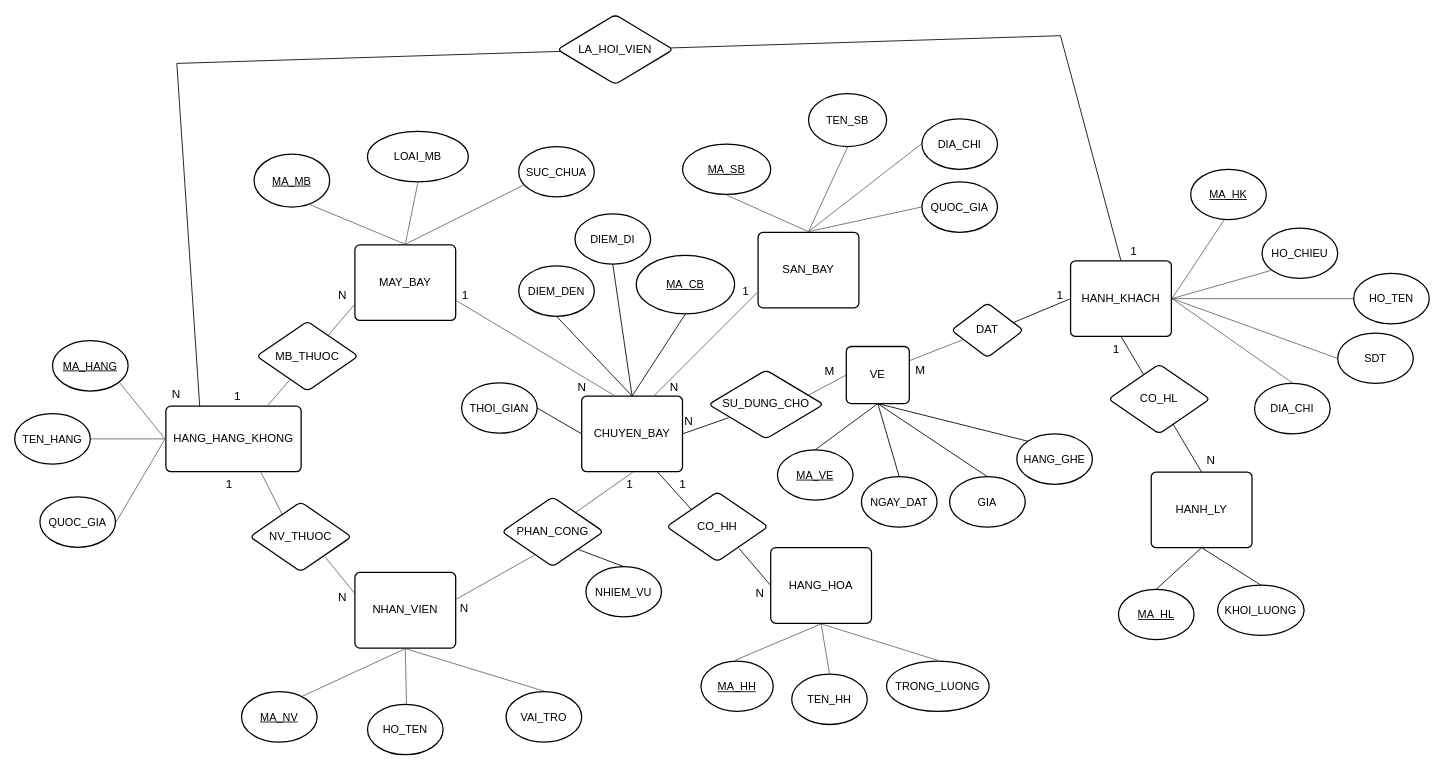
The draw.io diagram Biểu đồ không có tiêu đề.drawio in minhduong05/blackjack-main, before the edit. Source tidied: cells renumbered, new cells numbered last; positions are measured from the earlier drawing's top-left corner, leaving out a move shared by most shapes. Both pictures are drawn from the tidied source at 84%, with x=0, y=0 at pixel (14, 14).
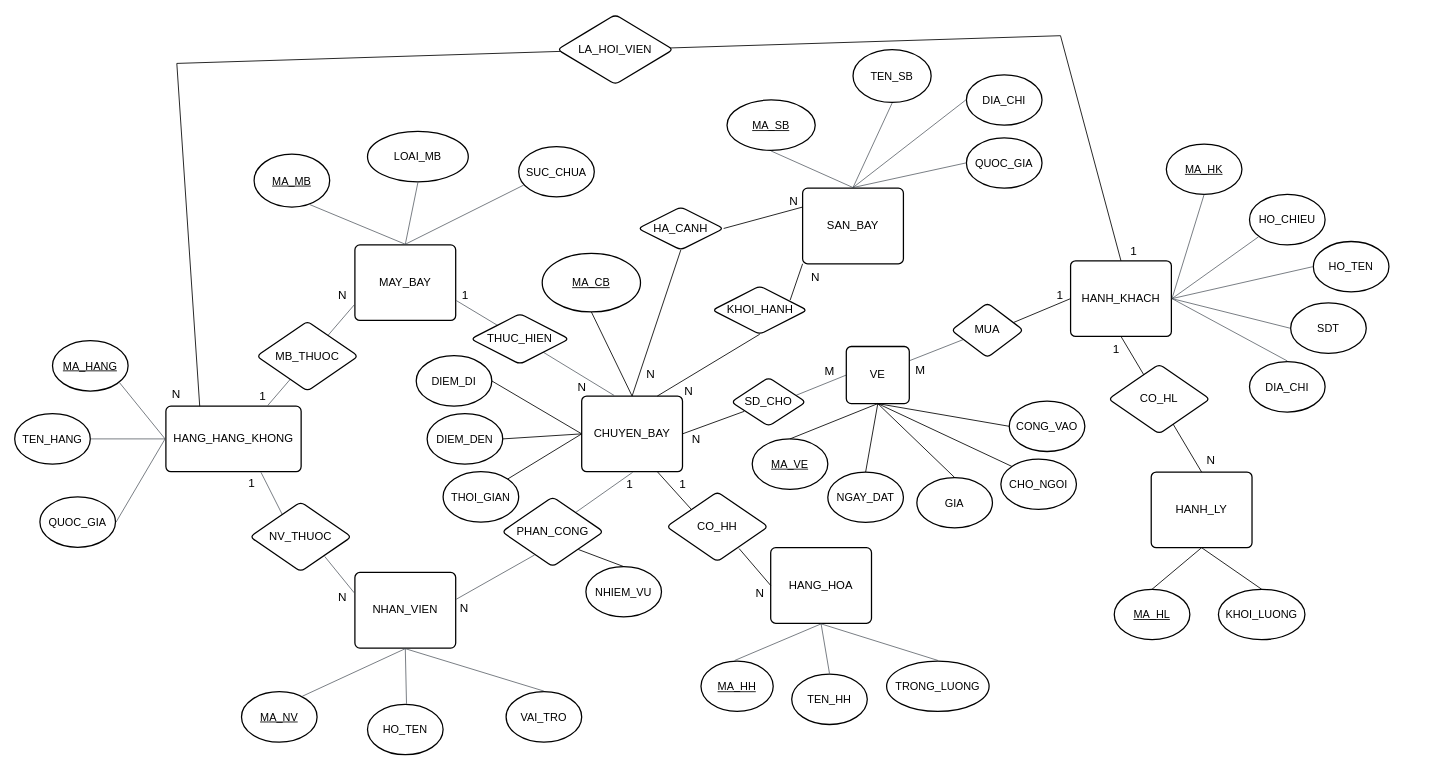
The same page after the edit.

Commit message:
Cập nhật Biểu đồ không có tiêu đề.drawio

The change refers to these unchanged cells:
```xml
<mxCell id="4" value="MAY_BAY" style="html=1;overflow=block;blockSpacing=1;whiteSpace=wrap;fontSize=13.5;align=center;spacing=3.8;strokeOpacity=100;rounded=1;absoluteArcSize=1;arcSize=12;strokeWidth=1.5;lucidId=CtvWr4GmiG.C;" parent="1" vertex="1">
  <mxGeometry x="405" y="274" width="120" height="90" as="geometry" />
</mxCell>
<mxCell id="5" value="CHUYEN_BAY" style="html=1;overflow=block;blockSpacing=1;whiteSpace=wrap;fontSize=13.5;align=center;spacing=3.8;strokeOpacity=100;rounded=1;absoluteArcSize=1;arcSize=12;strokeWidth=1.5;lucidId=DtvW1URH.PFn;" parent="1" vertex="1">
  <mxGeometry x="675" y="454" width="120" height="90" as="geometry" />
</mxCell>
<mxCell id="6" value="HANH_KHACH" style="html=1;overflow=block;blockSpacing=1;whiteSpace=wrap;fontSize=13.5;align=center;spacing=3.8;strokeOpacity=100;rounded=1;absoluteArcSize=1;arcSize=12;strokeWidth=1.5;lucidId=DtvWl9U9GV3O;" parent="1" vertex="1">
  <mxGeometry x="1257" y="293" width="120" height="90" as="geometry" />
</mxCell>
<mxCell id="80" value="VE" style="html=1;overflow=block;blockSpacing=1;whiteSpace=wrap;fontSize=13.5;align=center;spacing=3.8;strokeOpacity=100;rounded=1;absoluteArcSize=1;arcSize=12;strokeWidth=1.5;lucidId=kwvW2yrk8fg5;" parent="1" vertex="1">
  <mxGeometry x="990" y="395" width="75" height="68" as="geometry" />
</mxCell>
```

Change to the diagram source:
```diff
@@
     <mxCell id="3" value="SAN_BAY" style="html=1;overflow=block;blockSpacing=1;whiteSpace=wrap;fontSize=13.5;align=center;spacing=3.8;strokeOpacity=100;rounded=1;absoluteArcSize=1;arcSize=12;strokeWidth=1.5;lucidId=CtvWD63XoL.8;" parent="1" vertex="1">
-      <mxGeometry x="885" y="259" width="120" height="90" as="geometry" />
+      <mxGeometry x="938" y="206.5" width="120" height="90" as="geometry" />
     </mxCell>
@@
-    <mxCell id="10" style="html=1;jettySize=18;whiteSpace=wrap;fontSize=13;strokeColor=#3a414a;strokeOpacity=100;strokeWidth=0.8;rounded=0;startArrow=none;endArrow=none;exitX=1.006;exitY=0.737;exitPerimeter=0;entryX=0.322;entryY=-0.008;entryPerimeter=0;lucidId=aQvWGNY1u0Xe;" parent="1" edge="1" source="4" target="5">
+    <mxCell id="10" style="html=1;jettySize=18;whiteSpace=wrap;fontSize=13;strokeColor=#3a414a;strokeOpacity=100;strokeWidth=0.8;rounded=0;startArrow=none;endArrow=none;exitX=0.735;exitY=0.761;exitPerimeter=0;entryX=0.322;entryY=-0.008;entryPerimeter=0;lucidId=aQvWGNY1u0Xe;exitDx=0;exitDy=0;" parent="1" edge="1" source="128" target="5">
       <mxGeometry relative="1" as="geometry" />
     </mxCell>
-    <mxCell id="11" style="html=1;jettySize=18;whiteSpace=wrap;fontSize=13;strokeColor=#3a414a;strokeOpacity=100;strokeWidth=0.8;rounded=0;startArrow=none;endArrow=none;exitX=0.72;exitY=-0.008;exitPerimeter=0;entryX=-0.006;entryY=0.794;entryPerimeter=0;lucidId=fQvW_IShGsky;" parent="1" edge="1" source="5" target="3">
-      <mxGeometry relative="1" as="geometry" />
-    </mxCell>
@@
     <mxCell id="23" value="TEN_SB" style="html=1;overflow=block;blockSpacing=1;whiteSpace=wrap;ellipse;fontSize=13;spacing=3.8;strokeOpacity=100;fillOpacity=100;rounded=1;absoluteArcSize=1;arcSize=12;fillColor=#ffffff;strokeWidth=1.5;lucidId=77vW8_s-u0ru;" parent="1" vertex="1">
-      <mxGeometry x="945" y="94" width="93" height="63" as="geometry" />
+      <mxGeometry x="998" y="41.5" width="93" height="63" as="geometry" />
     </mxCell>
     <mxCell id="24" value="MA_SB" style="html=1;overflow=block;blockSpacing=1;whiteSpace=wrap;ellipse;fontSize=13;fontStyle=4;spacing=3.8;strokeOpacity=100;fillOpacity=100;rounded=1;absoluteArcSize=1;arcSize=12;fillColor=#ffffff;strokeWidth=1.5;lucidId=87vWg5euTTck;" parent="1" vertex="1">
-      <mxGeometry x="795" y="154" width="105" height="60" as="geometry" />
+      <mxGeometry x="848" y="101.5" width="105" height="60" as="geometry" />
     </mxCell>
     <mxCell id="25" value="DIA_CHI" style="html=1;overflow=block;blockSpacing=1;whiteSpace=wrap;ellipse;fontSize=13;spacing=3.8;strokeOpacity=100;fillOpacity=100;rounded=1;absoluteArcSize=1;arcSize=12;fillColor=#ffffff;strokeWidth=1.5;lucidId=87vW7Ln3sR5P;" parent="1" vertex="1">
-      <mxGeometry x="1080" y="124" width="90" height="60" as="geometry" />
+      <mxGeometry x="1133" y="71.5" width="90" height="60" as="geometry" />
     </mxCell>
     <mxCell id="26" value="QUOC_GIA" style="html=1;overflow=block;blockSpacing=1;whiteSpace=wrap;ellipse;fontSize=13;spacing=3.8;strokeOpacity=100;fillOpacity=100;rounded=1;absoluteArcSize=1;arcSize=12;fillColor=#ffffff;strokeWidth=1.5;lucidId=W8vWL2ADNRBi;" parent="1" vertex="1">
-      <mxGeometry x="1080" y="199" width="90" height="60" as="geometry" />
+      <mxGeometry x="1133" y="146.5" width="90" height="60" as="geometry" />
     </mxCell>
@@
     <mxCell id="38" value="HO_CHIEU" style="html=1;overflow=block;blockSpacing=1;whiteSpace=wrap;ellipse;fontSize=13;spacing=3.8;strokeOpacity=100;fillOpacity=100;rounded=1;absoluteArcSize=1;arcSize=12;fillColor=#ffffff;strokeWidth=1.5;lucidId=m~vWSh5St8wy;" parent="1" vertex="1">
-      <mxGeometry x="1485" y="254" width="90" height="60" as="geometry" />
+      <mxGeometry x="1470" y="214" width="90" height="60" as="geometry" />
     </mxCell>
@@
     <mxCell id="42" value="MA_HK" style="html=1;overflow=block;blockSpacing=1;whiteSpace=wrap;ellipse;fontSize=13;fontStyle=4;spacing=3.8;strokeOpacity=100;fillOpacity=100;rounded=1;absoluteArcSize=1;arcSize=12;fillColor=#ffffff;strokeWidth=1.5;lucidId=IawWd21qAjz9;" parent="1" vertex="1">
-      <mxGeometry x="1400" y="184" width="90" height="60" as="geometry" />
+      <mxGeometry x="1371" y="154" width="90" height="60" as="geometry" />
     </mxCell>
     <mxCell id="43" value="HO_TEN" style="html=1;overflow=block;blockSpacing=1;whiteSpace=wrap;ellipse;fontSize=13;spacing=3.8;strokeOpacity=100;fillOpacity=100;rounded=1;absoluteArcSize=1;arcSize=12;fillColor=#ffffff;strokeWidth=1.5;lucidId=IawW-lQsyz4L;" parent="1" vertex="1">
-      <mxGeometry x="1594" y="308" width="90" height="60" as="geometry" />
+      <mxGeometry x="1546" y="270" width="90" height="60" as="geometry" />
     </mxCell>
     <mxCell id="44" value="SDT" style="html=1;overflow=block;blockSpacing=1;whiteSpace=wrap;ellipse;fontSize=13;spacing=3.8;strokeOpacity=100;fillOpacity=100;rounded=1;absoluteArcSize=1;arcSize=12;fillColor=#ffffff;strokeWidth=1.5;lucidId=JawWLR50iTmW;" parent="1" vertex="1">
-      <mxGeometry x="1575" y="379" width="90" height="60" as="geometry" />
+      <mxGeometry x="1519" y="343.2" width="90" height="60" as="geometry" />
     </mxCell>
     <mxCell id="45" value="DIA_CHI" style="html=1;overflow=block;blockSpacing=1;whiteSpace=wrap;ellipse;fontSize=13;spacing=3.8;strokeOpacity=100;fillOpacity=100;rounded=1;absoluteArcSize=1;arcSize=12;fillColor=#ffffff;strokeWidth=1.5;lucidId=~awW4G8h5szt;" parent="1" vertex="1">
-      <mxGeometry x="1476" y="439" width="90" height="60" as="geometry" />
+      <mxGeometry x="1470" y="413" width="90" height="60" as="geometry" />
     </mxCell>
-    <mxCell id="46" style="html=1;jettySize=18;whiteSpace=wrap;fontSize=13;strokeColor=#3a414a;strokeOpacity=100;strokeWidth=0.8;rounded=0;startArrow=none;endArrow=none;exitX=0.5;exitY=1.013;exitPerimeter=0;entryX=1.006;entryY=0.5;entryPerimeter=0;lucidId=ibwWEkK-_1NE;" parent="1" edge="1" target="6">
-      <mxGeometry relative="1" as="geometry">
-        <mxPoint x="1440" y="244" as="sourcePoint" />
-      </mxGeometry>
+    <mxCell id="46" style="html=1;jettySize=18;whiteSpace=wrap;fontSize=13;strokeColor=#3a414a;strokeOpacity=100;strokeWidth=0.8;rounded=0;startArrow=none;endArrow=none;exitX=0.5;exitY=1;entryX=1.006;entryY=0.5;entryPerimeter=0;lucidId=ibwWEkK-_1NE;exitDx=0;exitDy=0;" parent="1" edge="1" source="42" target="6">
+      <mxGeometry relative="1" as="geometry" />
     </mxCell>
@@
     <mxCell id="60" value="&lt;font style=&quot;font-size: 14px;&quot;&gt;1&lt;/font&gt;" style="text;html=1;align=center;verticalAlign=middle;strokeColor=none;fillColor=none;" parent="1" vertex="1">
-      <mxGeometry x="250" y="439" width="30" height="30" as="geometry" />
+      <mxGeometry x="280" y="439" width="30" height="30" as="geometry" />
     </mxCell>
@@
-    <mxCell id="64" value="&lt;font style=&quot;font-size: 14px;&quot;&gt;1&lt;/font&gt;" style="text;html=1;align=center;verticalAlign=middle;strokeColor=none;fillColor=none;" parent="1" vertex="1">
-      <mxGeometry x="855" y="314" width="30" height="30" as="geometry" />
-    </mxCell>
     <mxCell id="65" value="&lt;span style=&quot;font-size: 14px;&quot;&gt;N&lt;/span&gt;" style="text;html=1;align=center;verticalAlign=middle;strokeColor=none;fillColor=none;" parent="1" vertex="1">
-      <mxGeometry x="770" y="429" width="30" height="30" as="geometry" />
+      <mxGeometry x="742" y="413" width="30" height="30" as="geometry" />
     </mxCell>
@@
     <mxCell id="69" value="&lt;span style=&quot;font-size: 14px;&quot;&gt;N&lt;/span&gt;" style="text;html=1;align=center;verticalAlign=middle;strokeColor=none;fillColor=none;" parent="1" vertex="1">
-      <mxGeometry x="787" y="469" width="30" height="30" as="geometry" />
+      <mxGeometry x="796" y="490" width="30" height="30" as="geometry" />
     </mxCell>
@@
     <mxCell id="74" value="&lt;font style=&quot;font-size: 14px;&quot;&gt;1&lt;/font&gt;" style="text;html=1;align=center;verticalAlign=middle;strokeColor=none;fillColor=none;" parent="1" vertex="1">
-      <mxGeometry x="240" y="544" width="30" height="30" as="geometry" />
+      <mxGeometry x="267" y="543" width="30" height="30" as="geometry" />
     </mxCell>
@@
     <mxCell id="77" value="&lt;u&gt;MA_VE&lt;/u&gt;" style="html=1;overflow=block;blockSpacing=1;whiteSpace=wrap;ellipse;fontSize=13;spacing=3.8;strokeOpacity=100;fillOpacity=100;rounded=1;absoluteArcSize=1;arcSize=12;fillColor=#ffffff;strokeWidth=1.5;lucidId=d~vW06l7anRX;" parent="1" vertex="1">
-      <mxGeometry x="908" y="518" width="90" height="60" as="geometry" />
+      <mxGeometry x="878" y="505" width="90" height="60" as="geometry" />
     </mxCell>
     <mxCell id="78" value="NGAY_DAT" style="html=1;overflow=block;blockSpacing=1;whiteSpace=wrap;ellipse;fontSize=13;spacing=3.8;strokeOpacity=100;fillOpacity=100;rounded=1;absoluteArcSize=1;arcSize=12;fillColor=#ffffff;strokeWidth=1.5;lucidId=d~vW06l7anRX;" parent="1" vertex="1">
-      <mxGeometry x="1008" y="550" width="90" height="60" as="geometry" />
+      <mxGeometry x="968" y="544.5" width="90" height="60" as="geometry" />
     </mxCell>
     <mxCell id="79" value="GIA" style="html=1;overflow=block;blockSpacing=1;whiteSpace=wrap;ellipse;fontSize=13;spacing=3.8;strokeOpacity=100;fillOpacity=100;rounded=1;absoluteArcSize=1;arcSize=12;fillColor=#ffffff;strokeWidth=1.5;lucidId=d~vW06l7anRX;" parent="1" vertex="1">
-      <mxGeometry x="1113" y="550" width="90" height="60" as="geometry" />
+      <mxGeometry x="1074" y="551" width="90" height="60" as="geometry" />
     </mxCell>
@@
-    <mxCell id="86" value="HANG_GHE" style="html=1;overflow=block;blockSpacing=1;whiteSpace=wrap;ellipse;fontSize=13;spacing=3.8;strokeOpacity=100;fillOpacity=100;rounded=1;absoluteArcSize=1;arcSize=12;fillColor=#ffffff;strokeWidth=1.5;lucidId=d~vW06l7anRX;" parent="1" vertex="1">
-      <mxGeometry x="1193" y="499" width="90" height="60" as="geometry" />
+    <mxCell id="86" value="CHO_NGOI" style="html=1;overflow=block;blockSpacing=1;whiteSpace=wrap;ellipse;fontSize=13;spacing=3.8;strokeOpacity=100;fillOpacity=100;rounded=1;absoluteArcSize=1;arcSize=12;fillColor=#ffffff;strokeWidth=1.5;lucidId=d~vW06l7anRX;" parent="1" vertex="1">
+      <mxGeometry x="1174" y="529" width="90" height="60" as="geometry" />
     </mxCell>
@@
     <mxCell id="88" value="&lt;u&gt;MA_CB&lt;/u&gt;" style="html=1;overflow=block;blockSpacing=1;whiteSpace=wrap;ellipse;fontSize=13;spacing=3.8;strokeOpacity=100;fillOpacity=100;rounded=1;absoluteArcSize=1;arcSize=12;fillColor=#ffffff;strokeWidth=1.5;lucidId=d~vW06l7anRX;" parent="1" vertex="1">
-      <mxGeometry x="740" y="286.4" width="117" height="69.8" as="geometry" />
+      <mxGeometry x="628" y="284.1" width="117" height="69.8" as="geometry" />
     </mxCell>
     <mxCell id="89" value="DIEM_DI" style="html=1;overflow=block;blockSpacing=1;whiteSpace=wrap;ellipse;fontSize=13;spacing=3.8;strokeOpacity=100;fillOpacity=100;rounded=1;absoluteArcSize=1;arcSize=12;fillColor=#ffffff;strokeWidth=1.5;lucidId=d~vW06l7anRX;" parent="1" vertex="1">
-      <mxGeometry x="667" y="237" width="90" height="60" as="geometry" />
+      <mxGeometry x="478" y="406" width="90" height="60" as="geometry" />
     </mxCell>
     <mxCell id="90" value="DIEM_DEN" style="html=1;overflow=block;blockSpacing=1;whiteSpace=wrap;ellipse;fontSize=13;spacing=3.8;strokeOpacity=100;fillOpacity=100;rounded=1;absoluteArcSize=1;arcSize=12;fillColor=#ffffff;strokeWidth=1.5;lucidId=d~vW06l7anRX;" parent="1" vertex="1">
-      <mxGeometry x="600" y="299" width="90" height="60" as="geometry" />
+      <mxGeometry x="491" y="475" width="90" height="60" as="geometry" />
     </mxCell>
@@
-    <mxCell id="92" style="endArrow=none;html=1;rounded=0;entryX=0.5;entryY=0;entryDx=0;entryDy=0;exitX=0.5;exitY=1;exitDx=0;exitDy=0;" parent="1" edge="1" source="89" target="5">
+    <mxCell id="92" style="endArrow=none;html=1;rounded=0;exitX=1;exitY=0.5;exitDx=0;exitDy=0;entryX=0;entryY=0.5;entryDx=0;entryDy=0;" parent="1" edge="1" source="89" target="5">
       <mxGeometry relative="1" as="geometry" />
     </mxCell>
-    <mxCell id="93" style="endArrow=none;html=1;rounded=0;entryX=0.5;entryY=0;entryDx=0;entryDy=0;exitX=0.5;exitY=1;exitDx=0;exitDy=0;" parent="1" edge="1" source="90" target="5">
+    <mxCell id="93" style="endArrow=none;html=1;rounded=0;entryX=0;entryY=0.5;entryDx=0;entryDy=0;exitX=1;exitY=0.5;exitDx=0;exitDy=0;" parent="1" edge="1" source="90" target="5">
       <mxGeometry relative="1" as="geometry" />
     </mxCell>
     <mxCell id="94" value="THOI_GIAN" style="html=1;overflow=block;blockSpacing=1;whiteSpace=wrap;ellipse;fontSize=13;spacing=3.8;strokeOpacity=100;fillOpacity=100;rounded=1;absoluteArcSize=1;arcSize=12;fillColor=#ffffff;strokeWidth=1.5;lucidId=d~vW06l7anRX;" parent="1" vertex="1">
-      <mxGeometry x="532" y="438.2" width="90" height="60" as="geometry" />
+      <mxGeometry x="510" y="544" width="90" height="60" as="geometry" />
     </mxCell>
-    <mxCell id="95" style="endArrow=none;html=1;rounded=0;exitX=0;exitY=0.5;exitDx=0;exitDy=0;entryX=1;entryY=0.5;entryDx=0;entryDy=0;" parent="1" edge="1" source="5" target="94">
+    <mxCell id="95" style="endArrow=none;html=1;rounded=0;exitX=0;exitY=0.5;exitDx=0;exitDy=0;entryX=1;entryY=0;entryDx=0;entryDy=0;" parent="1" edge="1" source="5" target="94">
       <mxGeometry relative="1" as="geometry" />
     </mxCell>
-    <mxCell id="96" value="DAT" style="html=1;overflow=block;blockSpacing=1;whiteSpace=wrap;shape=rhombus;fontSize=13.5;align=center;spacing=3.8;strokeOpacity=100;rounded=1;absoluteArcSize=1;arcSize=12;strokeWidth=1.5;lucidId=.dwWf7mM5bIR;" parent="1" vertex="1">
+    <mxCell id="96" value="MUA" style="html=1;overflow=block;blockSpacing=1;whiteSpace=wrap;shape=rhombus;fontSize=13.5;align=center;spacing=3.8;strokeOpacity=100;rounded=1;absoluteArcSize=1;arcSize=12;strokeWidth=1.5;lucidId=.dwWf7mM5bIR;" parent="1" vertex="1">
       <mxGeometry x="1115" y="343.2" width="86" height="65" as="geometry" />
     </mxCell>
@@
-    <mxCell id="98" value="SU_DUNG_CHO" style="html=1;overflow=block;blockSpacing=1;whiteSpace=wrap;shape=rhombus;fontSize=13.5;align=center;spacing=3.8;strokeOpacity=100;rounded=1;absoluteArcSize=1;arcSize=12;strokeWidth=1.5;lucidId=.dwWf7mM5bIR;" parent="1" vertex="1">
-      <mxGeometry x="826" y="423" width="137" height="82" as="geometry" />
+    <mxCell id="98" value="SD_CHO" style="html=1;overflow=block;blockSpacing=1;whiteSpace=wrap;shape=rhombus;fontSize=13.5;align=center;spacing=3.8;strokeOpacity=100;rounded=1;absoluteArcSize=1;arcSize=12;strokeWidth=1.5;lucidId=.dwWf7mM5bIR;" parent="1" vertex="1">
+      <mxGeometry x="853" y="432" width="89" height="58" as="geometry" />
     </mxCell>
@@
     <mxCell id="104" value="MA_HL" style="html=1;overflow=block;blockSpacing=1;whiteSpace=wrap;ellipse;fontSize=13;fontStyle=4;spacing=3.8;strokeOpacity=100;fillOpacity=100;rounded=1;absoluteArcSize=1;arcSize=12;fillColor=#ffffff;strokeWidth=1.5;lucidId=FcwW-4S.eVCu;" parent="1" vertex="1">
-      <mxGeometry x="1314" y="684" width="90" height="60" as="geometry" />
+      <mxGeometry x="1309" y="684" width="90" height="60" as="geometry" />
     </mxCell>
     <mxCell id="105" value="KHOI_LUONG" style="html=1;overflow=block;blockSpacing=1;whiteSpace=wrap;ellipse;fontSize=13;spacing=3.8;strokeOpacity=100;fillOpacity=100;rounded=1;absoluteArcSize=1;arcSize=12;fillColor=#ffffff;strokeWidth=1.5;lucidId=GcwWh9LCixre;" parent="1" vertex="1">
-      <mxGeometry x="1432" y="679" width="103" height="60" as="geometry" />
+      <mxGeometry x="1433" y="684" width="103" height="60" as="geometry" />
     </mxCell>
@@
+    <mxCell id="118" value="KHOI_HANH" style="html=1;overflow=block;blockSpacing=1;whiteSpace=wrap;shape=rhombus;fontSize=13.5;align=center;spacing=3.8;strokeOpacity=100;rounded=1;absoluteArcSize=1;arcSize=12;strokeWidth=1.5;lucidId=.dwWf7mM5bIR;" parent="1" vertex="1">
+      <mxGeometry x="830.5" y="323" width="113" height="57.4" as="geometry" />
+    </mxCell>
+    <mxCell id="119" style="endArrow=none;html=1;rounded=0;entryX=0;entryY=0.25;entryDx=0;entryDy=0;exitX=1;exitY=0.5;exitDx=0;exitDy=0;" parent="1" edge="1" source="121" target="3">
+      <mxGeometry relative="1" as="geometry" />
+    </mxCell>
+    <mxCell id="120" style="endArrow=none;html=1;rounded=0;entryX=0.5;entryY=1;entryDx=0;entryDy=0;exitX=0.5;exitY=0;exitDx=0;exitDy=0;" parent="1" edge="1" source="5" target="121">
+      <mxGeometry relative="1" as="geometry" />
+    </mxCell>
+    <mxCell id="121" value="HA_CANH" style="html=1;overflow=block;blockSpacing=1;whiteSpace=wrap;shape=rhombus;fontSize=13.5;align=center;spacing=3.8;strokeOpacity=100;rounded=1;absoluteArcSize=1;arcSize=12;strokeWidth=1.5;lucidId=.dwWf7mM5bIR;" parent="1" vertex="1">
+      <mxGeometry x="742" y="229" width="102" height="51" as="geometry" />
+    </mxCell>
+    <mxCell id="122" value="&lt;span style=&quot;font-size: 14px;&quot;&gt;N&lt;/span&gt;" style="text;html=1;align=center;verticalAlign=middle;strokeColor=none;fillColor=none;" parent="1" vertex="1">
+      <mxGeometry x="912" y="206.5" width="30" height="30" as="geometry" />
+    </mxCell>
+    <mxCell id="123" style="endArrow=none;html=1;rounded=0;entryX=0.5;entryY=1;entryDx=0;entryDy=0;exitX=0.75;exitY=0;exitDx=0;exitDy=0;" parent="1" edge="1" source="5" target="118">
+      <mxGeometry relative="1" as="geometry" />
+    </mxCell>
+    <mxCell id="124" style="endArrow=none;html=1;rounded=0;entryX=0;entryY=1;entryDx=0;entryDy=0;exitX=0.82;exitY=0.293;exitDx=0;exitDy=0;exitPerimeter=0;" parent="1" edge="1" source="118" target="3">
+      <mxGeometry relative="1" as="geometry" />
+    </mxCell>
+    <mxCell id="125" value="&lt;span style=&quot;font-size: 14px;&quot;&gt;N&lt;/span&gt;" style="text;html=1;align=center;verticalAlign=middle;strokeColor=none;fillColor=none;" parent="1" vertex="1">
+      <mxGeometry x="938" y="297" width="30" height="30" as="geometry" />
+    </mxCell>
+    <mxCell id="126" value="&lt;span style=&quot;font-size: 14px;&quot;&gt;N&lt;/span&gt;" style="text;html=1;align=center;verticalAlign=middle;strokeColor=none;fillColor=none;" parent="1" vertex="1">
+      <mxGeometry x="787" y="433" width="30" height="30" as="geometry" />
+    </mxCell>
+    <mxCell id="127" style="html=1;jettySize=18;whiteSpace=wrap;fontSize=13;strokeColor=#3a414a;strokeOpacity=100;strokeWidth=0.8;rounded=0;startArrow=none;endArrow=none;exitX=1.006;exitY=0.737;exitPerimeter=0;entryX=0.302;entryY=0.266;entryPerimeter=0;lucidId=aQvWGNY1u0Xe;entryDx=0;entryDy=0;" parent="1" edge="1" source="4" target="128">
+      <mxGeometry relative="1" as="geometry" />
+    </mxCell>
+    <mxCell id="128" value="THUC_HIEN" style="html=1;overflow=block;blockSpacing=1;whiteSpace=wrap;shape=rhombus;fontSize=13.5;align=center;spacing=3.8;strokeOpacity=100;rounded=1;absoluteArcSize=1;arcSize=12;strokeWidth=1.5;lucidId=.dwWf7mM5bIR;" parent="1" vertex="1">
+      <mxGeometry x="543" y="356" width="117" height="60" as="geometry" />
+    </mxCell>
+    <mxCell id="129" value="CONG_VAO" style="html=1;overflow=block;blockSpacing=1;whiteSpace=wrap;ellipse;fontSize=13;spacing=3.8;strokeOpacity=100;fillOpacity=100;rounded=1;absoluteArcSize=1;arcSize=12;fillColor=#ffffff;strokeWidth=1.5;lucidId=d~vW06l7anRX;" parent="1" vertex="1">
+      <mxGeometry x="1184" y="460" width="90" height="60" as="geometry" />
+    </mxCell>
+    <mxCell id="130" style="endArrow=none;html=1;rounded=0;exitX=0;exitY=0.5;exitDx=0;exitDy=0;entryX=0.5;entryY=1;entryDx=0;entryDy=0;" parent="1" edge="1" source="129" target="80">
+      <mxGeometry relative="1" as="geometry" />
+    </mxCell>
```
